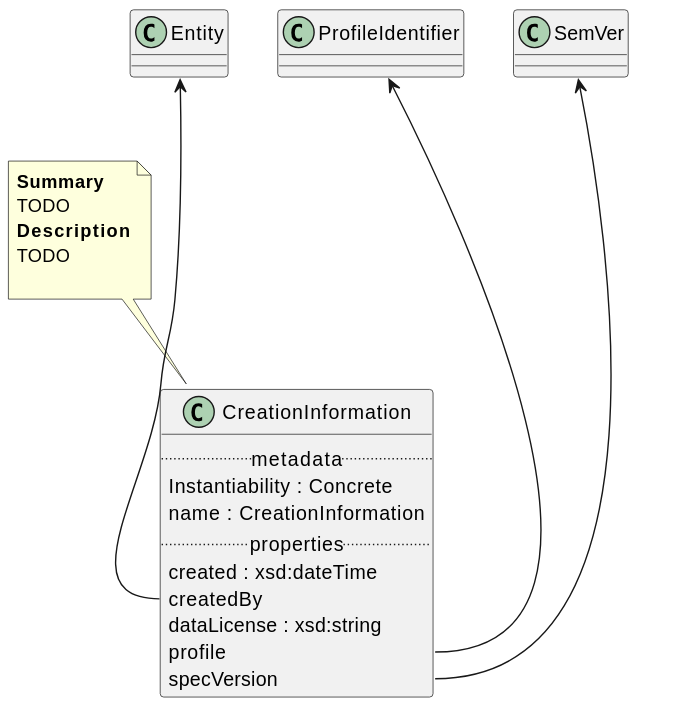
Above: Classes/CreationInformation.svg in maxhbr/spec-parser.hs (PlantUML), before the change.
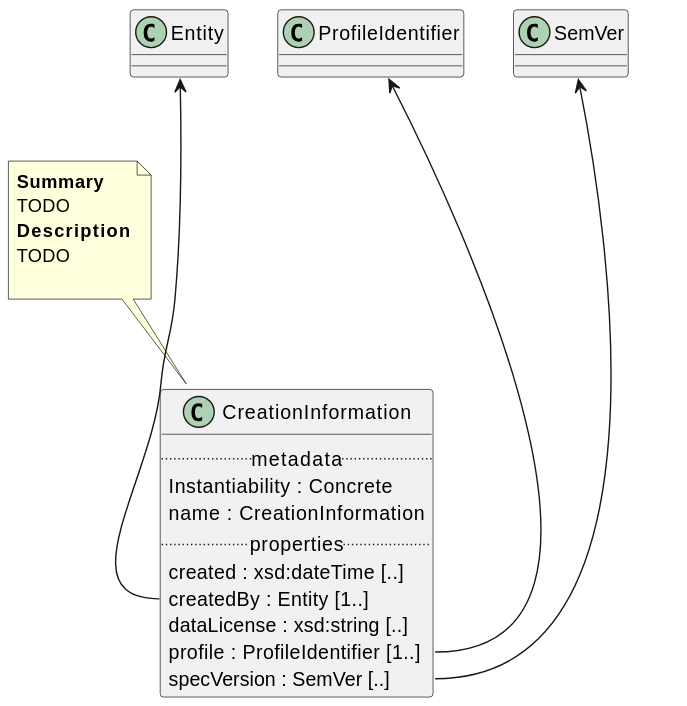
The same diagram one commit later.

Diff of the diagram source:
```diff
@@ -4,11 +4,11 @@
     Instantiability : Concrete
     name : CreationInformation
 .. properties ..
-    created : xsd:dateTime
-    createdBy
-    dataLicense : xsd:string
-    profile
-    specVersion
+    created : xsd:dateTime [..]
+    createdBy : Entity [1..]
+    dataLicense : xsd:string [..]
+    profile : ProfileIdentifier [1..]
+    specVersion : SemVer [..]
 }
 note top of CreationInformation
 <b>Summary</b>
```
